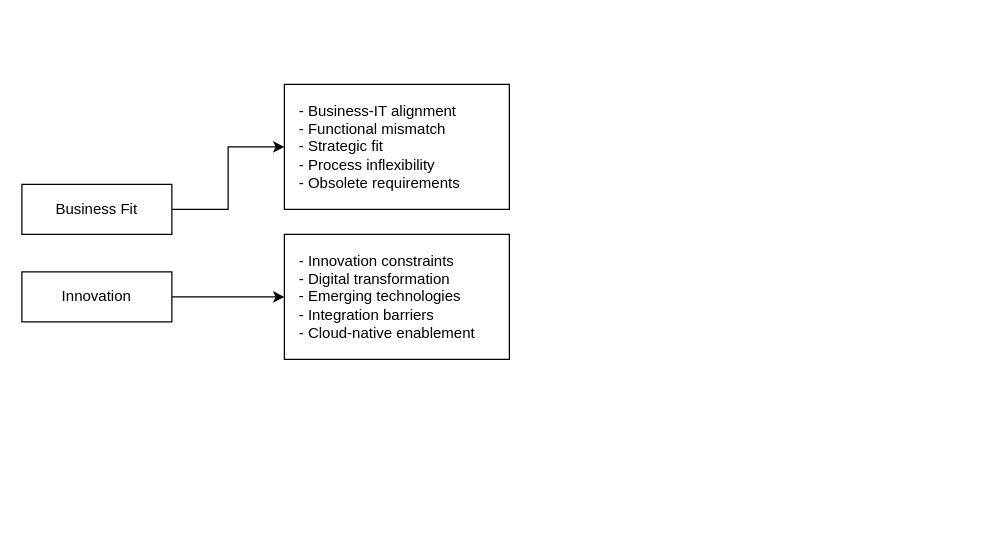
info-marceloramirez/architect_toolbox keeps this draw.io diagram as Diagramme sans nom.drawio. Above is the earlier version. Source tidied: cells renumbered, new cells numbered last; positions are measured from the earlier drawing's top-left corner, leaving out a move shared by most shapes. Both pictures are drawn from the tidied source at 125%, with x=0, y=0 at pixel (21, 84).
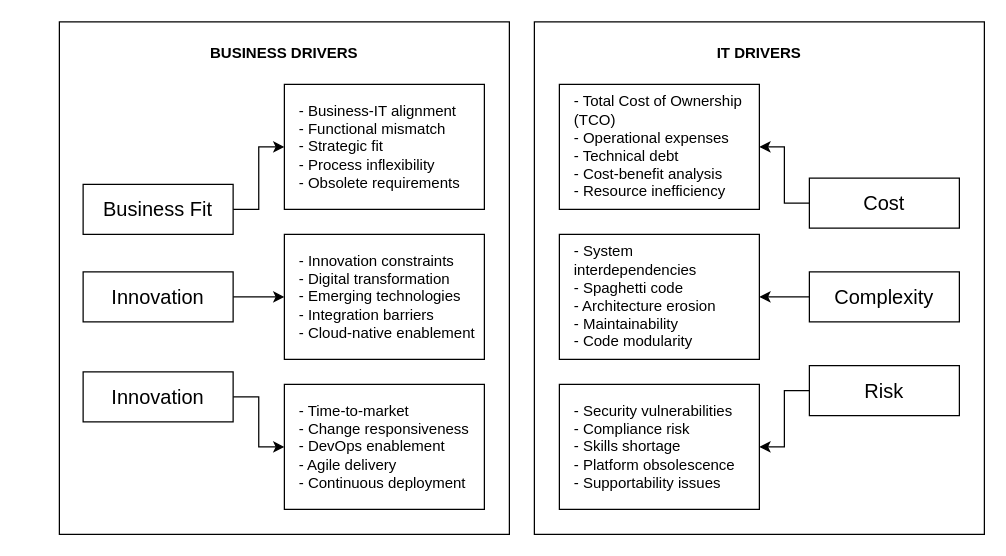
The same page after the edit.

Commit message (it also covers changes not shown here):
Mettre à jour Diagramme sans nom.drawio

Change to the diagram source:
```diff
@@
+    <mxCell id="8" style="rounded=0;whiteSpace=wrap;html=1;fillColor=none;" parent="1" vertex="1">
+      <mxGeometry x="410" y="-50" width="360" height="410" as="geometry" />
+    </mxCell>
+    <mxCell id="9" style="rounded=0;whiteSpace=wrap;html=1;fillColor=none;" parent="1" vertex="1">
+      <mxGeometry x="30" y="-50" width="360" height="410" as="geometry" />
+    </mxCell>
@@
-    <mxCell id="3" value="Business Fit" style="rounded=0;whiteSpace=wrap;html=1;" parent="1" vertex="1">
-      <mxGeometry y="80" width="120" height="40" as="geometry" />
+    <mxCell id="3" value="Business Fit" style="rounded=0;whiteSpace=wrap;html=1;fontSize=16;" parent="1" vertex="1">
+      <mxGeometry x="49" y="80" width="120" height="40" as="geometry" />
     </mxCell>
     <mxCell id="4" value="&lt;div&gt;- Business-IT alignment&lt;/div&gt;&lt;div&gt;- Functional mismatch&lt;/div&gt;&lt;div&gt;- Strategic fit&lt;/div&gt;&lt;div&gt;- Process inflexibility&lt;/div&gt;&lt;div&gt;- Obsolete requirements&lt;/div&gt;" style="rounded=0;whiteSpace=wrap;html=1;align=left;spacingLeft=10;" parent="1" vertex="1">
-      <mxGeometry x="210" width="180" height="100" as="geometry" />
+      <mxGeometry x="210" width="160" height="100" as="geometry" />
     </mxCell>
@@
-    <mxCell id="6" value="Innovation" style="rounded=0;whiteSpace=wrap;html=1;" parent="1" vertex="1">
-      <mxGeometry y="150" width="120" height="40" as="geometry" />
+    <mxCell id="6" value="Innovation" style="rounded=0;whiteSpace=wrap;html=1;fontSize=16;" parent="1" vertex="1">
+      <mxGeometry x="49" y="150" width="120" height="40" as="geometry" />
     </mxCell>
     <mxCell id="7" value="&lt;div&gt;- Innovation constraints&lt;/div&gt;&lt;div&gt;- Digital transformation&lt;/div&gt;&lt;div&gt;- Emerging technologies&lt;/div&gt;&lt;div&gt;- Integration barriers&lt;/div&gt;&lt;div&gt;- Cloud-native enablement&lt;/div&gt;" style="rounded=0;whiteSpace=wrap;html=1;align=left;spacingLeft=10;" parent="1" vertex="1">
-      <mxGeometry x="210" y="120" width="180" height="100" as="geometry" />
+      <mxGeometry x="210" y="120" width="160" height="100" as="geometry" />
     </mxCell>
+    <mxCell id="10" value="&lt;div&gt;- Time-to-market&lt;/div&gt;&lt;div&gt;- Change responsiveness&lt;/div&gt;&lt;div&gt;- DevOps enablement&lt;/div&gt;&lt;div&gt;- Agile delivery&lt;/div&gt;&lt;div&gt;- Continuous deployment&lt;/div&gt;" style="rounded=0;whiteSpace=wrap;html=1;align=left;spacingLeft=10;" parent="1" vertex="1">
+      <mxGeometry x="210" y="240" width="160" height="100" as="geometry" />
+    </mxCell>
+    <mxCell id="11" style="edgeStyle=orthogonalEdgeStyle;rounded=0;jettySize=auto;html=1;flowAnimation=1;" parent="1" edge="1" source="12" target="10">
+      <mxGeometry relative="1" as="geometry" />
+    </mxCell>
+    <mxCell id="12" value="Innovation" style="rounded=0;whiteSpace=wrap;html=1;fontSize=16;" parent="1" vertex="1">
+      <mxGeometry x="49" y="230" width="120" height="40" as="geometry" />
+    </mxCell>
+    <mxCell id="13" style="edgeStyle=orthogonalEdgeStyle;rounded=0;jettySize=auto;html=1;entryX=1;entryY=0.5;entryDx=0;entryDy=0;flowAnimation=1;" parent="1" edge="1" source="14" target="15">
+      <mxGeometry relative="1" as="geometry" />
+    </mxCell>
+    <mxCell id="14" value="Cost" style="rounded=0;whiteSpace=wrap;html=1;fontSize=16;" parent="1" vertex="1">
+      <mxGeometry x="630" y="75" width="120" height="40" as="geometry" />
+    </mxCell>
+    <mxCell id="15" value="&lt;div&gt;- Total Cost of Ownership (TCO)&lt;/div&gt;&lt;div&gt;- Operational expenses&lt;/div&gt;&lt;div&gt;- Technical debt&lt;/div&gt;&lt;div&gt;- Cost-benefit analysis&lt;/div&gt;&lt;div&gt;- Resource inefficiency&lt;/div&gt;" style="rounded=0;whiteSpace=wrap;html=1;align=left;spacingLeft=10;" parent="1" vertex="1">
+      <mxGeometry x="430" width="160" height="100" as="geometry" />
+    </mxCell>
+    <mxCell id="16" style="edgeStyle=orthogonalEdgeStyle;rounded=0;jettySize=auto;html=1;entryX=1;entryY=0.5;entryDx=0;entryDy=0;flowAnimation=1;" parent="1" edge="1" source="17" target="18">
+      <mxGeometry relative="1" as="geometry" />
+    </mxCell>
+    <mxCell id="17" value="Complexity" style="rounded=0;whiteSpace=wrap;html=1;fontSize=16;" parent="1" vertex="1">
+      <mxGeometry x="630" y="150" width="120" height="40" as="geometry" />
+    </mxCell>
+    <mxCell id="18" value="&lt;div&gt;- System interdependencies&lt;/div&gt;&lt;div&gt;- Spaghetti code&lt;/div&gt;&lt;div&gt;- Architecture erosion&lt;/div&gt;&lt;div&gt;- Maintainability&lt;/div&gt;&lt;div&gt;- Code modularity&lt;/div&gt;" style="rounded=0;whiteSpace=wrap;html=1;align=left;spacingLeft=10;" parent="1" vertex="1">
+      <mxGeometry x="430" y="120" width="160" height="100" as="geometry" />
+    </mxCell>
+    <mxCell id="19" value="&lt;div&gt;- Security vulnerabilities&lt;/div&gt;&lt;div&gt;- Compliance risk&lt;/div&gt;&lt;div&gt;- Skills shortage&lt;/div&gt;&lt;div&gt;- Platform obsolescence&lt;/div&gt;&lt;div&gt;- Supportability issues&lt;/div&gt;" style="rounded=0;whiteSpace=wrap;html=1;align=left;spacingLeft=10;" parent="1" vertex="1">
+      <mxGeometry x="430" y="240" width="160" height="100" as="geometry" />
+    </mxCell>
+    <mxCell id="20" style="edgeStyle=orthogonalEdgeStyle;rounded=0;jettySize=auto;html=1;entryX=1;entryY=0.5;entryDx=0;entryDy=0;flowAnimation=1;" parent="1" edge="1" source="21" target="19">
+      <mxGeometry relative="1" as="geometry" />
+    </mxCell>
+    <mxCell id="21" value="Risk" style="rounded=0;whiteSpace=wrap;html=1;fontSize=16;" parent="1" vertex="1">
+      <mxGeometry x="630" y="225" width="120" height="40" as="geometry" />
+    </mxCell>
+    <mxCell id="22" value="BUSINESS DRIVERS" style="rounded=0;whiteSpace=wrap;html=1;fillColor=none;strokeColor=none;fontStyle=1;align=center;" parent="1" vertex="1">
+      <mxGeometry x="40" y="-45" width="340" height="40" as="geometry" />
+    </mxCell>
+    <mxCell id="23" value="IT DRIVERS" style="rounded=0;whiteSpace=wrap;html=1;fillColor=none;fontStyle=1;strokeColor=none;align=center;" parent="1" vertex="1">
+      <mxGeometry x="419" y="-45" width="342" height="40" as="geometry" />
+    </mxCell>
```
